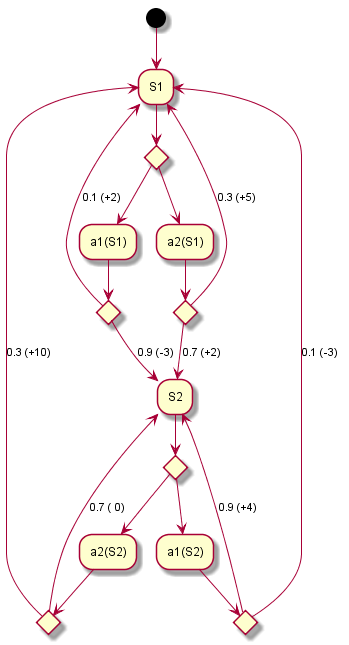
HirotoSAKAHARA/HirotoSAKAHARA.github.io keeps this PlantUML diagram as out/ai/marcov_decision_process.png. Above is the earlier version.
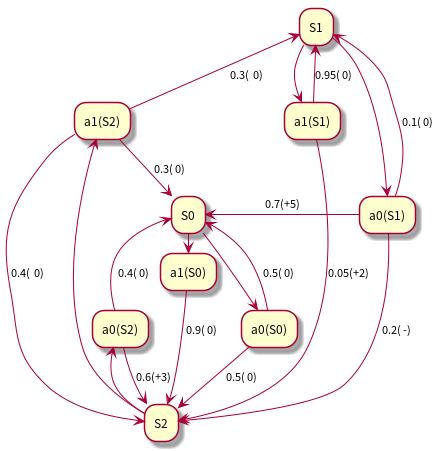
After the change.

What changed in the source:
```diff
@@ -1,35 +1,30 @@
 @startuml marcov_decision_process
-(*) --> "S1"
-if "" then
-  --> "a1(S1)"
-  if "" then
-  --> [0.1 (+2)] "S1"
-  else
-  --> [0.9 (-3)] "S2"
-  endif
-else
-  --> "a2(S1)"
-  if "" then
-    --> [0.3 (+5)] "S1"
-  else
-    --> [0.7 (+2)] "S2"
-  endif
-endif
+"S0" -down-> "a0(S0)"
+"S0" -right-> "a1(S0)"
 
-if "" then
-  --> "a1(S2)"
-  if "" then
-  --> [0.1 (-3)] "S1"
-  else
-  --> [0.9 (+4)] "S2"
-  endif
-else
-  --> "a2(S2)"
-  if "" then
-    --> [0.3 (+10)] "S1"
-  else
-    --> [0.7 ( 0)] "S2"
-  endif
-endif
+"a0(S0)" -up->[0.5( 0)] "S0"
+"a0(S0)" -down->[0.5( 0)] "S2"
+
+"a1(S0)" -down->[0.9( 0)] "S2"
+
+"S1" -left-> "a0(S1)"
+"S1" -down-> "a1(S1)"
+
+"a0(S1)" -left->[0.7(+5)] "S0"
+"a0(S1)" -->[0.1( 0)] "S1"
+"a0(S1)" -down->[0.2( -)] "S2"
+
+"a1(S1)" -->[0.95( 0)] "S1"
+"a1(S1)" -->[0.05(+2)] "S2"
+
+"S2" -up-> "a0(S2)"
+"S2" -right-> "a1(S2)"
+
+"a0(S2)" -up->[0.4( 0)] "S0"
+"a0(S2)" -down->[0.6(+3)] "S2"
+
+"a1(S2)" -->[0.3( 0)] "S0"
+"a1(S2)" -up->[0.3(  0)] "S1"
+"a1(S2)" -left->[0.4(  0)] "S2"
 
 @enduml
```
